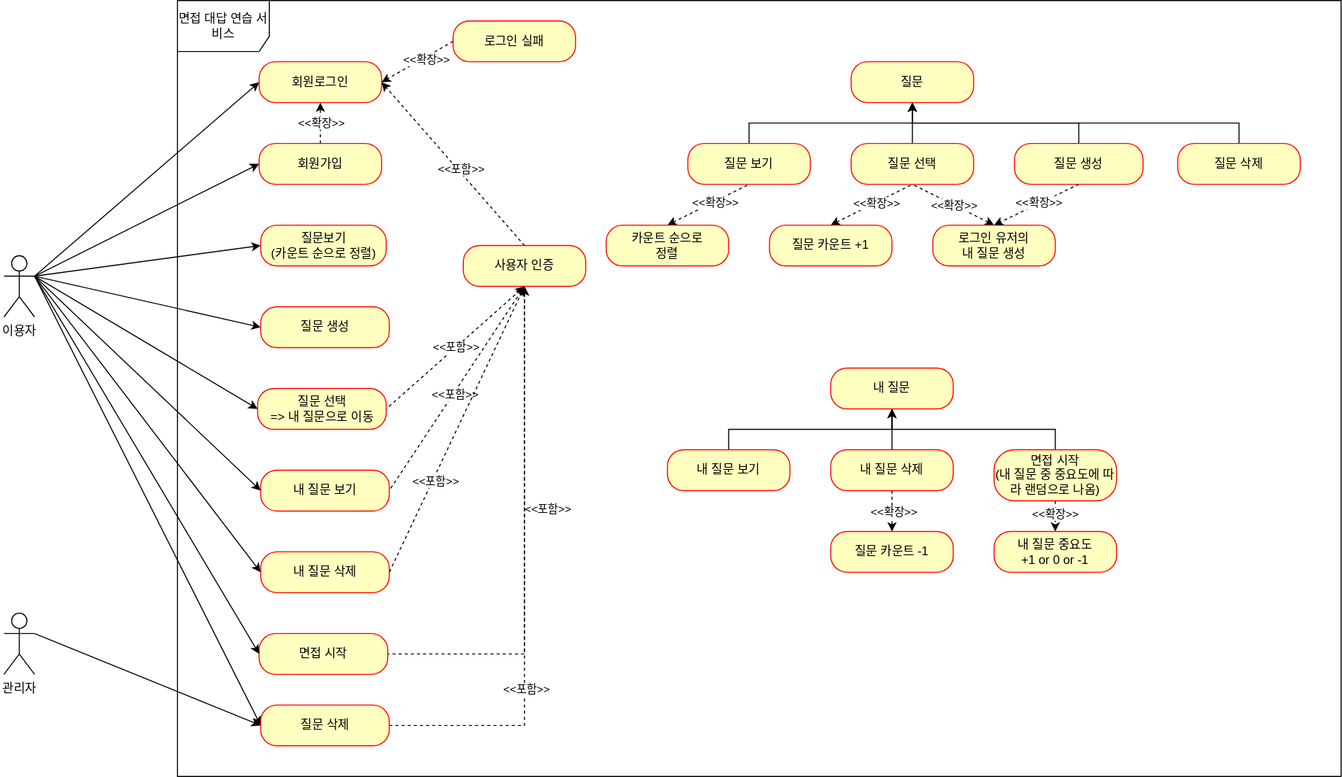
sungin95/random-sellect-backend keeps this draw.io diagram as documents/use-case.svg. Above is the earlier version. Source tidied: cells renumbered, new cells last; positions are measured from the earlier drawing's top-left corner, leaving out a move shared by most shapes.
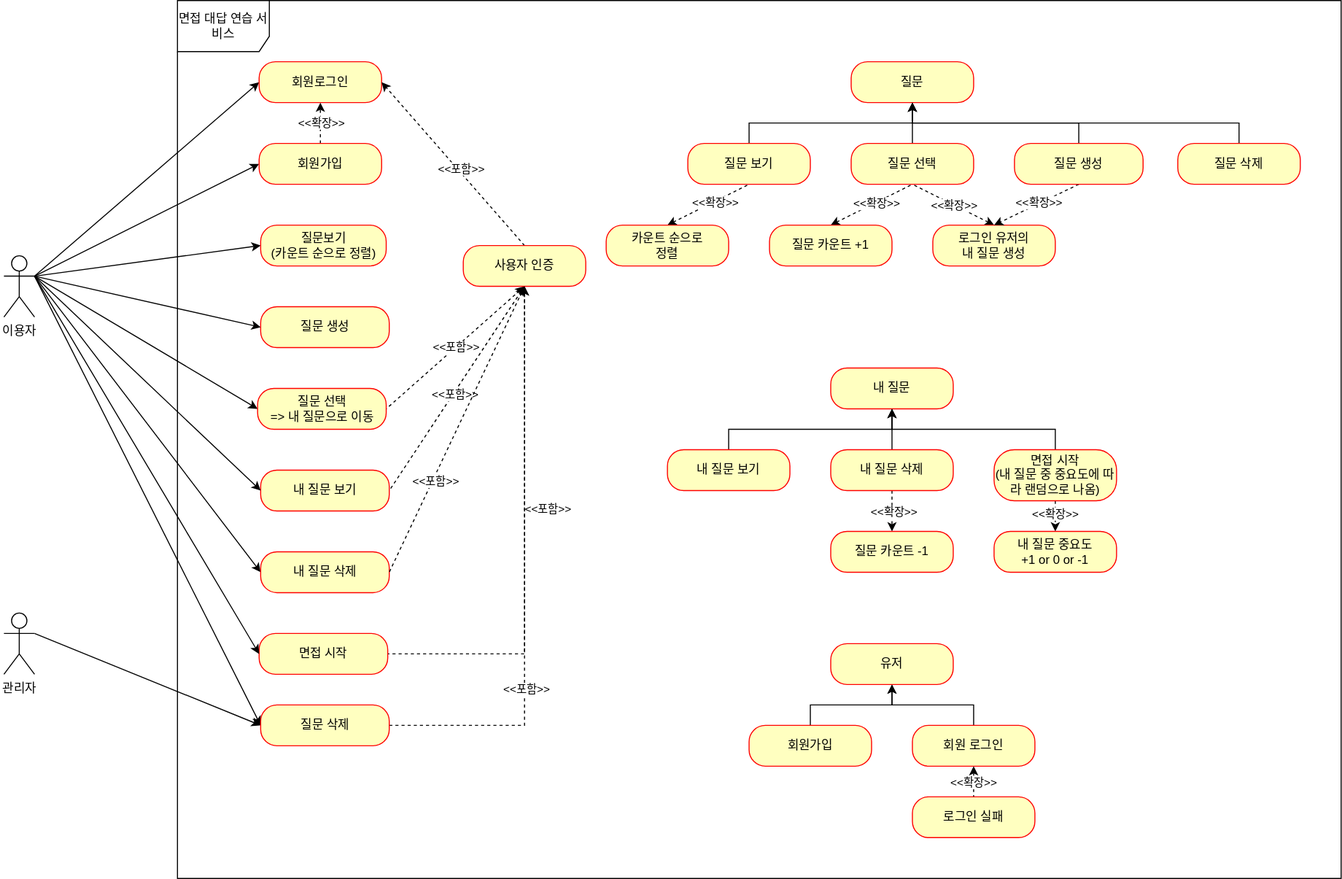
After the change.

Change to the diagram source:
```diff
@@ -3,7 +3,7 @@
     <mxCell id="0" />
     <mxCell id="1" parent="0" />
     <mxCell id="2" value="면접 대답 연습 서비스" style="shape=umlFrame;whiteSpace=wrap;html=1;width=90;height=50;" parent="1" vertex="1">
-      <mxGeometry x="170" width="1140" height="760" as="geometry" />
+      <mxGeometry x="170" width="1140" height="860" as="geometry" />
     </mxCell>
     <mxCell id="3" value="내 질문 보기" style="rounded=1;whiteSpace=wrap;html=1;arcSize=40;fontColor=#000000;fillColor=#ffffc0;strokeColor=#ff0000;" parent="1" vertex="1">
       <mxGeometry x="251.5" y="460" width="126" height="40" as="geometry" />
@@ -74,15 +74,6 @@
     <mxCell id="23" value="사용자 인증" style="rounded=1;whiteSpace=wrap;html=1;arcSize=40;fontColor=#000000;fillColor=#ffffc0;strokeColor=#ff0000;" parent="1" vertex="1">
       <mxGeometry x="450" y="240" width="120" height="40" as="geometry" />
     </mxCell>
-    <mxCell id="24" style="rounded=0;jettySize=auto;html=1;exitX=0;exitY=0.5;exitDx=0;exitDy=0;entryX=1;entryY=0.5;entryDx=0;entryDy=0;dashed=1;" parent="1" edge="1" source="26" target="15">
-      <mxGeometry relative="1" as="geometry" />
-    </mxCell>
-    <mxCell id="25" value="&amp;lt;&amp;lt;확장&amp;gt;&amp;gt;" style="edgeLabel;html=1;align=center;verticalAlign=middle;" parent="24" vertex="1">
-      <mxGeometry x="-0.21" y="2" relative="1" as="geometry" />
-    </mxCell>
-    <mxCell id="26" value="로그인 실패" style="rounded=1;whiteSpace=wrap;html=1;arcSize=40;fontColor=#000000;fillColor=#ffffc0;strokeColor=#ff0000;" parent="1" vertex="1">
-      <mxGeometry x="440" y="20" width="120" height="40" as="geometry" />
-    </mxCell>
     <mxCell id="27" value="질문 선택&lt;br&gt;=&amp;gt; 내 질문으로 이동" style="rounded=1;whiteSpace=wrap;html=1;arcSize=40;fontColor=#000000;fillColor=#ffffc0;strokeColor=#ff0000;" parent="1" vertex="1">
       <mxGeometry x="248.5" y="380" width="126" height="40" as="geometry" />
     </mxCell>
@@ -228,5 +219,29 @@
     <mxCell id="73" value="질문 생성" style="rounded=1;whiteSpace=wrap;html=1;arcSize=40;fontColor=#000000;fillColor=#ffffc0;strokeColor=#ff0000;" parent="1" vertex="1">
       <mxGeometry x="990" y="140" width="126" height="40" as="geometry" />
     </mxCell>
+    <mxCell id="74" style="edgeStyle=orthogonalEdgeStyle;rounded=0;jettySize=auto;html=1;exitX=0.5;exitY=0;exitDx=0;exitDy=0;entryX=0.5;entryY=1;entryDx=0;entryDy=0;" parent="1" edge="1" source="76" target="77">
+      <mxGeometry relative="1" as="geometry" />
+    </mxCell>
+    <mxCell id="75" style="edgeStyle=orthogonalEdgeStyle;rounded=0;jettySize=auto;html=1;exitX=0.5;exitY=1;exitDx=0;exitDy=0;dashed=1;endArrow=none;endFill=0;startArrow=classic;startFill=1;" parent="1" edge="1" source="76" target="26">
+      <mxGeometry relative="1" as="geometry" />
+    </mxCell>
+    <mxCell id="25" value="&amp;lt;&amp;lt;확장&amp;gt;&amp;gt;" style="edgeLabel;html=1;align=center;verticalAlign=middle;" parent="75" vertex="1">
+      <mxGeometry y="1" relative="1" as="geometry" />
+    </mxCell>
+    <mxCell id="76" value="회원 로그인" style="rounded=1;whiteSpace=wrap;html=1;arcSize=40;fontColor=#000000;fillColor=#ffffc0;strokeColor=#ff0000;" parent="1" vertex="1">
+      <mxGeometry x="890" y="710" width="120" height="40" as="geometry" />
+    </mxCell>
+    <mxCell id="77" value="유저" style="rounded=1;whiteSpace=wrap;html=1;arcSize=40;fontColor=#000000;fillColor=#ffffc0;strokeColor=#ff0000;" parent="1" vertex="1">
+      <mxGeometry x="810" y="630" width="120" height="40" as="geometry" />
+    </mxCell>
+    <mxCell id="78" style="edgeStyle=orthogonalEdgeStyle;rounded=0;jettySize=auto;html=1;exitX=0.5;exitY=0;exitDx=0;exitDy=0;entryX=0.5;entryY=1;entryDx=0;entryDy=0;" parent="1" edge="1" source="79" target="77">
+      <mxGeometry relative="1" as="geometry" />
+    </mxCell>
+    <mxCell id="79" value="회원가입" style="rounded=1;whiteSpace=wrap;html=1;arcSize=40;fontColor=#000000;fillColor=#ffffc0;strokeColor=#ff0000;" parent="1" vertex="1">
+      <mxGeometry x="730" y="710" width="120" height="40" as="geometry" />
+    </mxCell>
+    <mxCell id="26" value="로그인 실패" style="rounded=1;whiteSpace=wrap;html=1;arcSize=40;fontColor=#000000;fillColor=#ffffc0;strokeColor=#ff0000;" parent="1" vertex="1">
+      <mxGeometry x="890" y="780" width="120" height="40" as="geometry" />
+    </mxCell>
   </root>
 </mxGraphModel>
```
